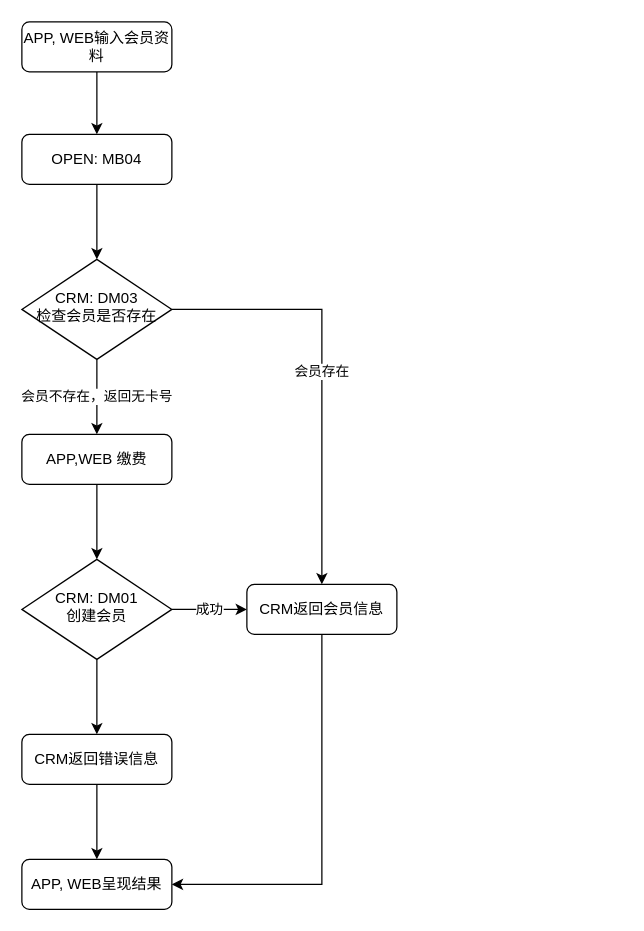
luss613/draw.io keeps this draw.io diagram as page "会员注册(DM发起)" (1 of 4) of DM会员注册.drawio. Above is the earlier version. Source tidied: cells renumbered, new cells numbered last; positions are measured from the earlier drawing's top-left corner, leaving out a move shared by most shapes. Both pictures are drawn from the tidied source at 125%, with x=0, y=0 at pixel (21, 21).
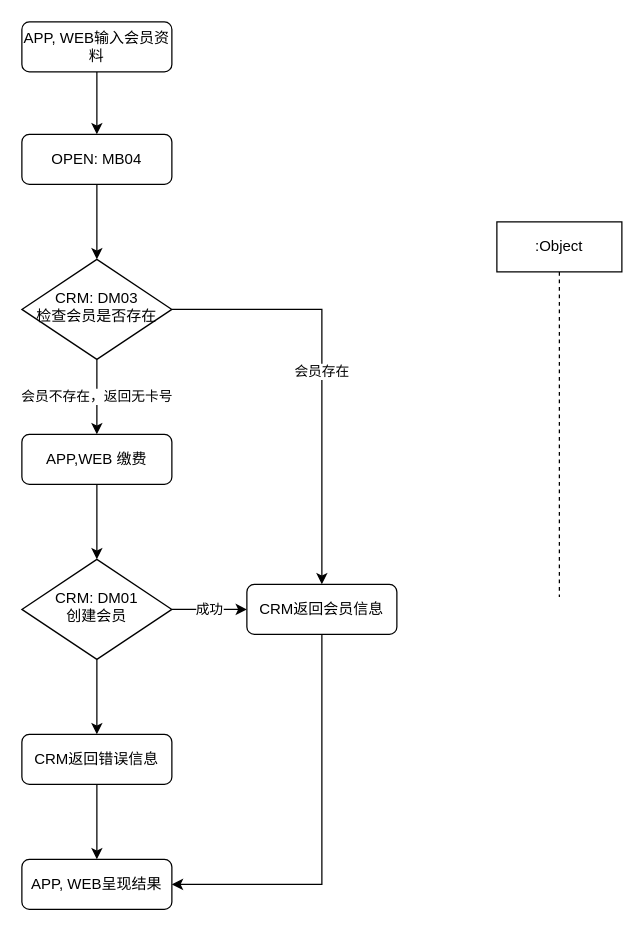
Above is the later version.

Commit message:
更新DM会员注册.drawio

What changed in the source:
```diff
@@
 <mxGraphModel>
   <root>
     <mxCell id="0" />
     <mxCell id="1" parent="0" />
     <mxCell id="2" style="edgeStyle=orthogonalEdgeStyle;rounded=0;jettySize=auto;html=1;" parent="1" edge="1" source="3" target="5">
       <mxGeometry relative="1" as="geometry" />
     </mxCell>
     <mxCell id="3" value="APP, WEB输入会员资料" style="rounded=1;whiteSpace=wrap;html=1;fontSize=12;glass=0;strokeWidth=1;shadow=0;" parent="1" vertex="1">
       <mxGeometry width="120" height="40" as="geometry" />
     </mxCell>
     <mxCell id="4" style="edgeStyle=orthogonalEdgeStyle;rounded=0;jettySize=auto;html=1;" parent="1" edge="1" source="5" target="8">
       <mxGeometry relative="1" as="geometry" />
     </mxCell>
     <mxCell id="5" value="OPEN: MB04" style="rounded=1;whiteSpace=wrap;html=1;" parent="1" vertex="1">
       <mxGeometry y="90" width="120" height="40" as="geometry" />
     </mxCell>
     <mxCell id="6" value="会员不存在，返回无卡号" style="edgeStyle=orthogonalEdgeStyle;rounded=0;jettySize=auto;html=1;" parent="1" edge="1" source="8" target="10">
       <mxGeometry relative="1" as="geometry" />
     </mxCell>
     <mxCell id="7" value="会员存在" style="edgeStyle=orthogonalEdgeStyle;rounded=0;jettySize=auto;html=1;entryX=0.5;entryY=0;entryDx=0;entryDy=0;" parent="1" edge="1" source="8" target="15">
       <mxGeometry relative="1" as="geometry" />
     </mxCell>
     <mxCell id="8" value="CRM: DM03&lt;br&gt;检查会员是否存在" style="rhombus;whiteSpace=wrap;html=1;shadow=0;fontFamily=Helvetica;fontSize=12;align=center;strokeWidth=1;spacing=6;spacingTop=-4;" parent="1" vertex="1">
       <mxGeometry y="190" width="120" height="80" as="geometry" />
     </mxCell>
     <mxCell id="9" style="edgeStyle=orthogonalEdgeStyle;rounded=0;jettySize=auto;html=1;" parent="1" edge="1" source="10" target="13">
       <mxGeometry relative="1" as="geometry" />
     </mxCell>
     <mxCell id="10" value="APP,WEB 缴费" style="rounded=1;whiteSpace=wrap;html=1;" parent="1" vertex="1">
       <mxGeometry y="330" width="120" height="40" as="geometry" />
     </mxCell>
     <mxCell id="11" value="成功" style="edgeStyle=orthogonalEdgeStyle;rounded=0;jettySize=auto;html=1;" parent="1" edge="1" source="13" target="15">
       <mxGeometry relative="1" as="geometry" />
     </mxCell>
     <mxCell id="12" style="edgeStyle=orthogonalEdgeStyle;rounded=0;jettySize=auto;html=1;" parent="1" edge="1" source="13" target="17">
       <mxGeometry relative="1" as="geometry" />
     </mxCell>
     <mxCell id="13" value="CRM: DM01&lt;br&gt;创建会员" style="rhombus;whiteSpace=wrap;html=1;shadow=0;fontFamily=Helvetica;fontSize=12;align=center;strokeWidth=1;spacing=6;spacingTop=-4;" parent="1" vertex="1">
       <mxGeometry y="430" width="120" height="80" as="geometry" />
     </mxCell>
     <mxCell id="14" style="edgeStyle=orthogonalEdgeStyle;rounded=0;jettySize=auto;html=1;entryX=1;entryY=0.5;entryDx=0;entryDy=0;exitX=0.5;exitY=1;exitDx=0;exitDy=0;" parent="1" edge="1" source="15" target="18">
       <mxGeometry relative="1" as="geometry" />
     </mxCell>
     <mxCell id="15" value="CRM返回会员信息" style="rounded=1;whiteSpace=wrap;html=1;" parent="1" vertex="1">
       <mxGeometry x="180" y="450" width="120" height="40" as="geometry" />
     </mxCell>
     <mxCell id="16" style="edgeStyle=orthogonalEdgeStyle;rounded=0;jettySize=auto;html=1;" parent="1" edge="1" source="17" target="18">
       <mxGeometry relative="1" as="geometry" />
     </mxCell>
     <mxCell id="17" value="CRM返回错误信息" style="rounded=1;whiteSpace=wrap;html=1;" parent="1" vertex="1">
       <mxGeometry y="570" width="120" height="40" as="geometry" />
     </mxCell>
     <mxCell id="18" value="APP, WEB呈现结果" style="rounded=1;whiteSpace=wrap;html=1;" parent="1" vertex="1">
       <mxGeometry y="670" width="120" height="40" as="geometry" />
     </mxCell>
+    <mxCell id="19" value=":Object" style="shape=umlLifeline;perimeter=lifelinePerimeter;whiteSpace=wrap;html=1;" parent="1" vertex="1">
+      <mxGeometry x="380" y="160" width="100" height="300" as="geometry" />
+    </mxCell>
   </root>
 </mxGraphModel>
```
